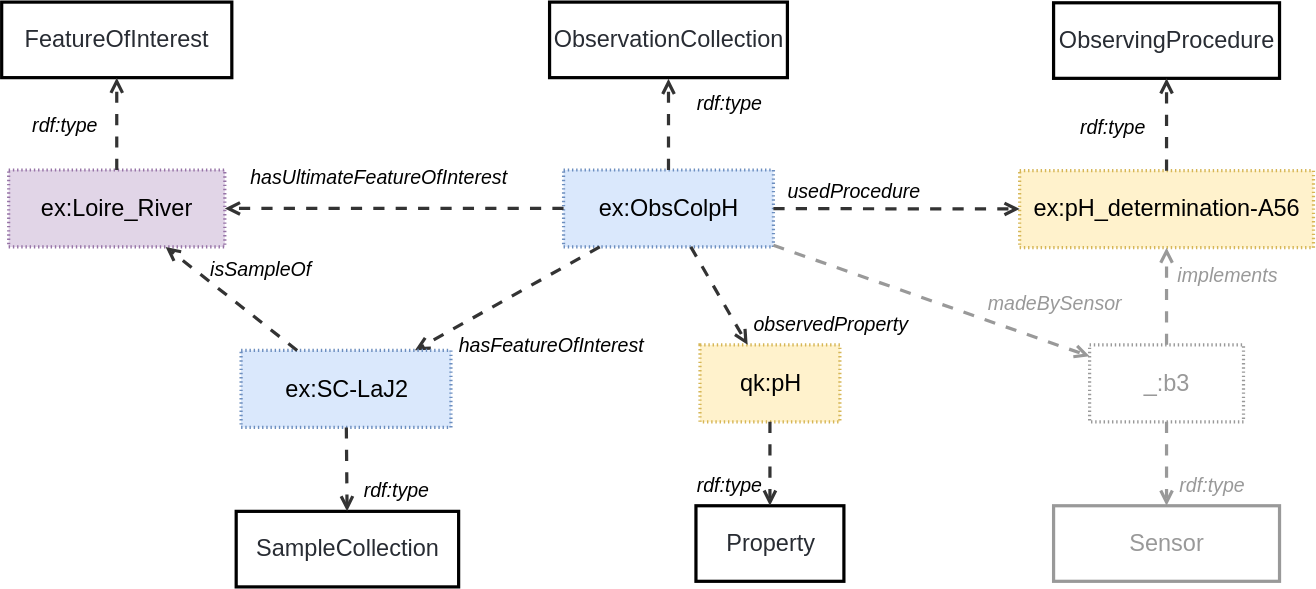
The draw.io diagram ssn/images/PlannedObservationCollection.svg in afeliachi/sdw-sosa-ssn, before a commit. Source tidied: cells renumbered, new cells last; positions are measured from the earlier drawing's top-left corner, leaving out a move shared by most shapes.
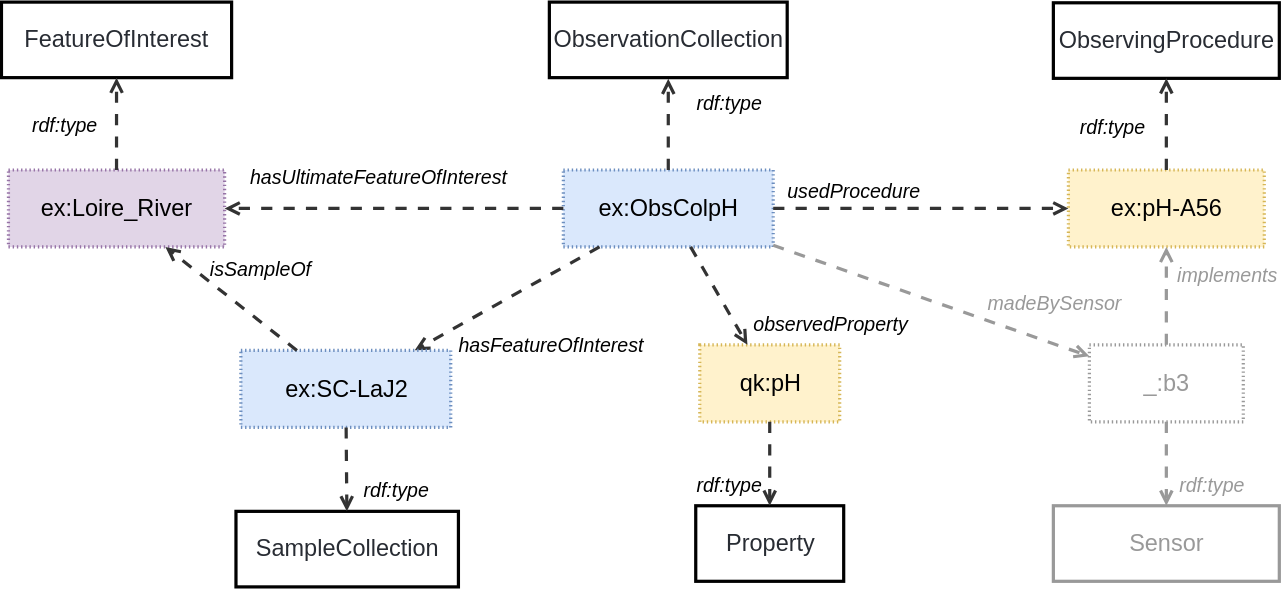
Later version of the same file.

The edit, as a diff of the source:
```diff
@@ -41,8 +41,8 @@
     <mxCell id="14" value="hasFeatureOfInterest" style="html=1;overflow=block;blockSpacing=1;whiteSpace=wrap;fontSize=14;fontStyle=2;align=center;spacing=0;strokeColor=none;strokeOpacity=100;fillOpacity=100;fillColor=none;strokeWidth=2.3;lucidId=a.MQIzYVmevB;" parent="1" vertex="1">
       <mxGeometry x="327" y="230" width="75" height="30" as="geometry" />
     </mxCell>
-    <mxCell id="15" value="ex:pH_determination-A56" style="html=1;overflow=block;blockSpacing=1;whiteSpace=wrap;fontSize=16.8;align=center;spacing=0;strokeOpacity=100;fillColor=#fff2cc;dashed=1;fixDash=1;dashPattern=1 2;strokeWidth=2.3;strokeColor=#d6b656;" parent="1" vertex="1">
-      <mxGeometry x="728" y="120.5" width="210" height="55" as="geometry" />
+    <mxCell id="15" value="ex:pH-A56" style="html=1;overflow=block;blockSpacing=1;whiteSpace=wrap;fontSize=16.8;align=center;spacing=0;strokeOpacity=100;fillColor=#fff2cc;dashed=1;fixDash=1;dashPattern=1 2;strokeWidth=2.3;strokeColor=#d6b656;" parent="1" vertex="1">
+      <mxGeometry x="763" y="120" width="140" height="55" as="geometry" />
     </mxCell>
     <mxCell id="16" value="ObservingProcedure" style="html=1;overflow=block;blockSpacing=1;whiteSpace=wrap;fontSize=16.8;fontColor=#282c33;align=center;spacing=0;strokeOpacity=100;fillColor=none;strokeWidth=2.3;" parent="1" vertex="1">
       <mxGeometry x="752.2" y="0.5" width="161.5" height="54" as="geometry" />
```
